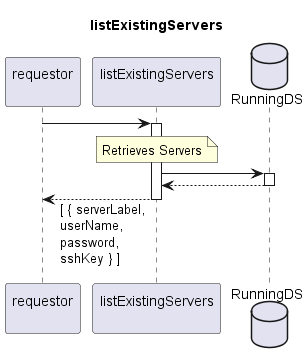
Above: spec/Services/listExistingServers/1.0.0/listExistingServers.png in openBackhaul/FirmWareManager (PlantUML), before the change.
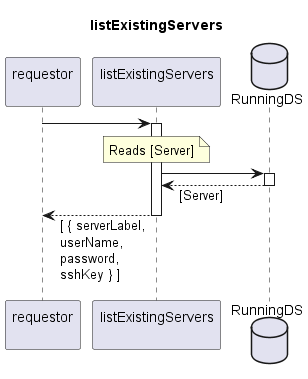
After the change.

Change to the diagram source:
```diff
@@ -13,11 +13,11 @@
 activate indServ
 
   note over indServ
-    Retrieves Servers
+    Reads [Server]
   end note
   indServ -> RunDS
   activate RunDS
-  indServ <-- RunDS
+  indServ <-- RunDS: [Server]
   deactivate RunDS
 
 requestor <-- indServ: [ { serverLabel,\nuserName,\npassword,\nsshKey } ]
```
